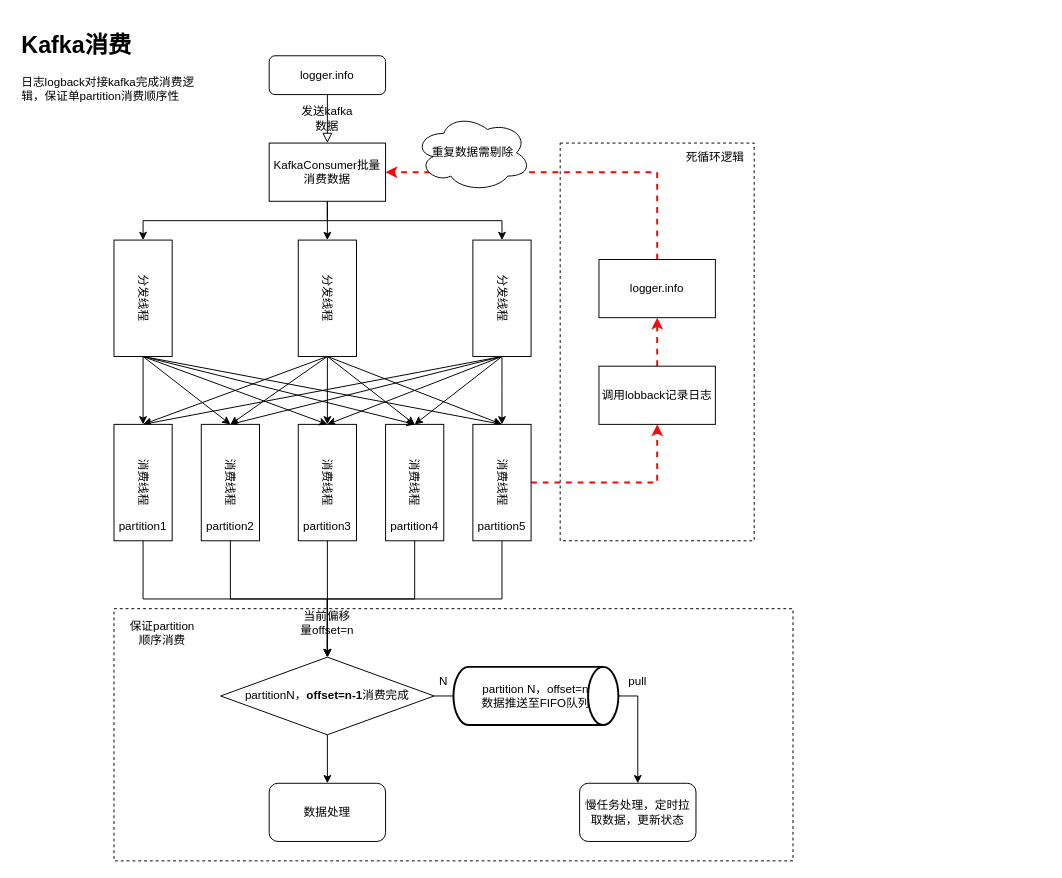
This is 绘图文件/日志对接kafka流程.drawio from NjuptMei/DrowIo, a draw.io file, before an edit. Source tidied: cells renumbered, new cells numbered last; positions are measured from the earlier drawing's top-left corner, leaving out a move shared by most shapes. Both pictures are drawn from the tidied source at 97%, with x=0, y=0 at pixel (16, 26).
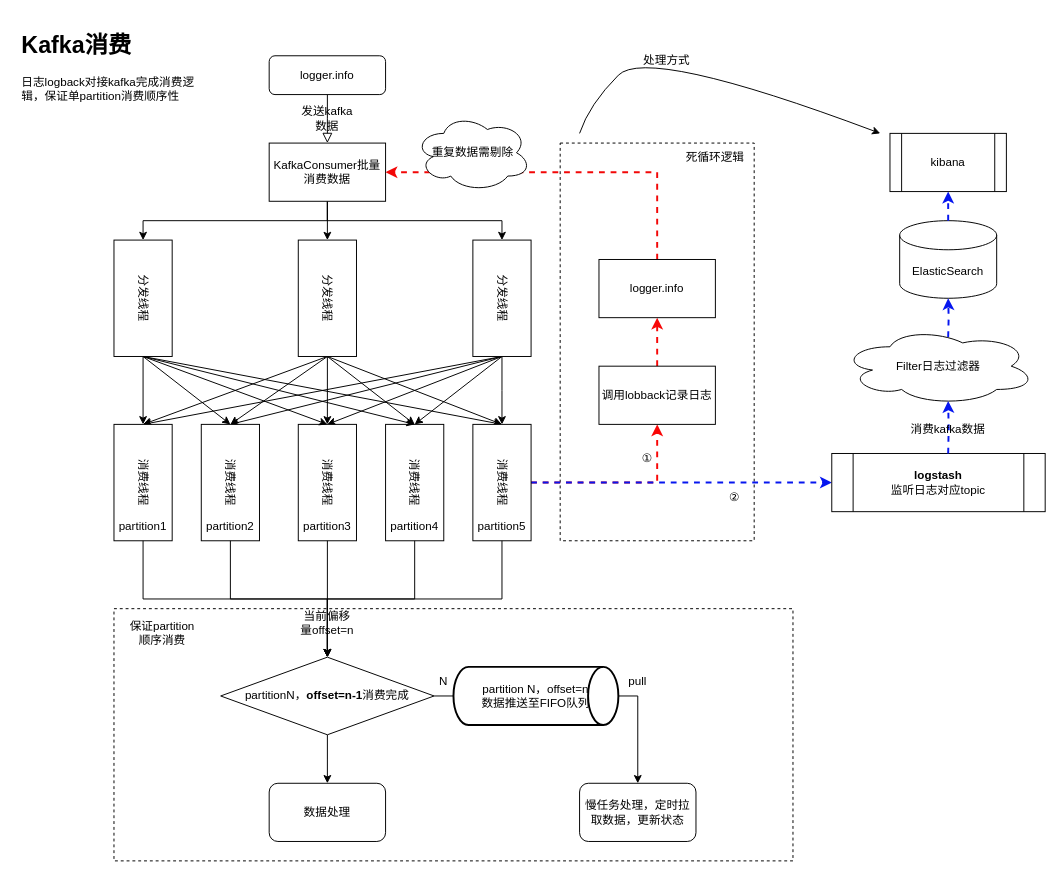
The same page after the edit.

Commit message:
更新日志对接kafka流程.drawio

The change refers to these unchanged cells:
```xml
<mxCell id="28" value="消费线程" style="rounded=0;whiteSpace=wrap;html=1;rotation=90;" parent="1" vertex="1">
  <mxGeometry x="440" y="440" width="120" height="60" as="geometry" />
</mxCell>
```

Diff of the diagram source:
```diff
@@
+    <mxCell id="63" style="edgeStyle=orthogonalEdgeStyle;rounded=0;jettySize=auto;html=1;exitX=0.5;exitY=0;exitDx=0;exitDy=0;entryX=0;entryY=0.5;entryDx=0;entryDy=0;strokeWidth=2;dashed=1;fillColor=#f8cecc;strokeColor=#0616ef;" parent="1" edge="1" source="28" target="66">
+      <mxGeometry relative="1" as="geometry" />
+    </mxCell>
@@
+    <mxCell id="64" style="curved=1;endArrow=classic;html=1;rounded=0;" parent="1" edge="1">
+      <mxGeometry relative="1" as="geometry">
+        <mxPoint x="580" y="110" as="sourcePoint" />
+        <mxPoint x="890" y="110" as="targetPoint" />
+        <Array as="points">
+          <mxPoint x="580" y="110" />
+          <mxPoint x="590" y="80" />
+          <mxPoint x="650" y="20" />
+        </Array>
+      </mxGeometry>
+    </mxCell>
+    <mxCell id="65" value="处理方式" style="text;html=1;strokeColor=none;fillColor=none;align=center;verticalAlign=middle;whiteSpace=wrap;rounded=0;" parent="1" vertex="1">
+      <mxGeometry x="640" y="20" width="60" height="30" as="geometry" />
+    </mxCell>
+    <mxCell id="66" value="&lt;b&gt;logstash&lt;/b&gt;&lt;br&gt;监听日志对应topic" style="shape=process;whiteSpace=wrap;html=1;backgroundOutline=1;" parent="1" vertex="1">
+      <mxGeometry x="840" y="440" width="220" height="60" as="geometry" />
+    </mxCell>
+    <mxCell id="67" value="①" style="text;html=1;strokeColor=none;fillColor=none;align=center;verticalAlign=middle;whiteSpace=wrap;rounded=0;" parent="1" vertex="1">
+      <mxGeometry x="620" y="430" width="60" height="30" as="geometry" />
+    </mxCell>
+    <mxCell id="68" value="②" style="text;html=1;strokeColor=none;fillColor=none;align=center;verticalAlign=middle;whiteSpace=wrap;rounded=0;" parent="1" vertex="1">
+      <mxGeometry x="710" y="470" width="60" height="30" as="geometry" />
+    </mxCell>
+    <mxCell id="69" value="Filter日志过滤器" style="ellipse;shape=cloud;whiteSpace=wrap;html=1;" parent="1" vertex="1">
+      <mxGeometry x="850" y="310" width="200" height="80" as="geometry" />
+    </mxCell>
+    <mxCell id="70" style="edgeStyle=orthogonalEdgeStyle;rounded=0;jettySize=auto;html=1;entryX=0.55;entryY=0.95;entryDx=0;entryDy=0;strokeWidth=2;dashed=1;fillColor=#f8cecc;strokeColor=#0616ef;entryPerimeter=0;" parent="1" edge="1" target="69">
+      <mxGeometry relative="1" as="geometry">
+        <mxPoint x="960" y="440" as="sourcePoint" />
+      </mxGeometry>
+    </mxCell>
+    <mxCell id="71" value="消费kafka数据" style="text;html=1;strokeColor=none;fillColor=none;align=center;verticalAlign=middle;whiteSpace=wrap;rounded=0;" parent="1" vertex="1">
+      <mxGeometry x="910" y="400" width="100" height="30" as="geometry" />
+    </mxCell>
+    <mxCell id="72" value="ElasticSearch" style="shape=cylinder3;whiteSpace=wrap;html=1;boundedLbl=1;backgroundOutline=1;size=15;" parent="1" vertex="1">
+      <mxGeometry x="910" y="200" width="100" height="80" as="geometry" />
+    </mxCell>
+    <mxCell id="73" style="edgeStyle=orthogonalEdgeStyle;rounded=0;jettySize=auto;html=1;entryX=0.5;entryY=1;entryDx=0;entryDy=0;strokeWidth=2;dashed=1;fillColor=#f8cecc;strokeColor=#0616ef;entryPerimeter=0;" parent="1" edge="1" target="72">
+      <mxGeometry relative="1" as="geometry">
+        <mxPoint x="960" y="320" as="sourcePoint" />
+      </mxGeometry>
+    </mxCell>
+    <mxCell id="74" value="kibana" style="shape=process;whiteSpace=wrap;html=1;backgroundOutline=1;" parent="1" vertex="1">
+      <mxGeometry x="900" y="110" width="120" height="60" as="geometry" />
+    </mxCell>
+    <mxCell id="75" style="edgeStyle=orthogonalEdgeStyle;rounded=0;jettySize=auto;html=1;entryX=0.5;entryY=1;entryDx=0;entryDy=0;strokeWidth=2;dashed=1;fillColor=#f8cecc;strokeColor=#0616ef;" parent="1" edge="1" target="74">
+      <mxGeometry relative="1" as="geometry">
+        <mxPoint x="960" y="200" as="sourcePoint" />
+      </mxGeometry>
+    </mxCell>
```
